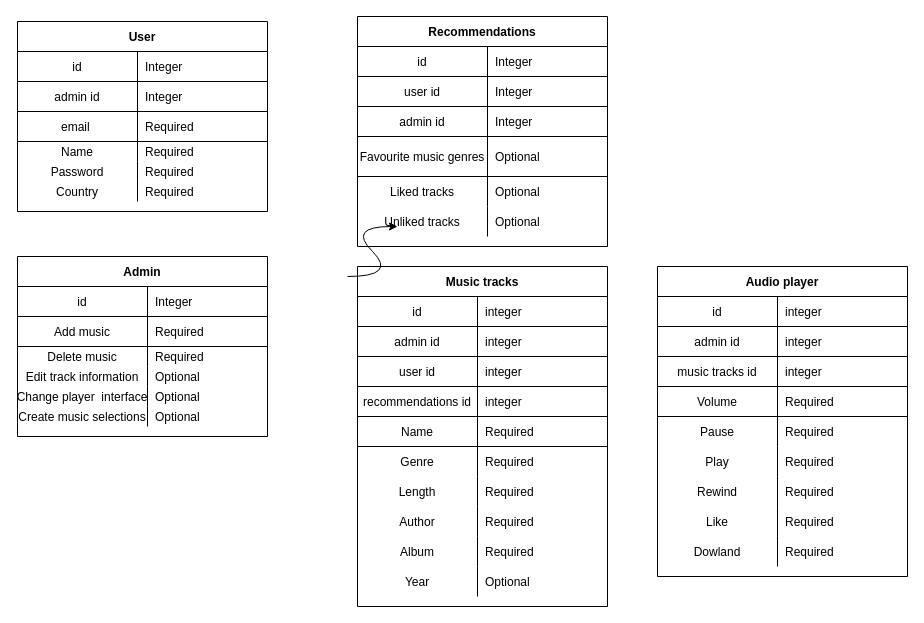
Kameleva/mysite keeps this draw.io diagram as CP-2/Диаграмма без названия.drawio. Above is the earlier version. Source tidied: cells renumbered, new cells numbered last; positions are measured from the earlier drawing's top-left corner, leaving out a move shared by most shapes. Both pictures are drawn from the tidied source at 100%, with x=0, y=0 at pixel (17, 16).
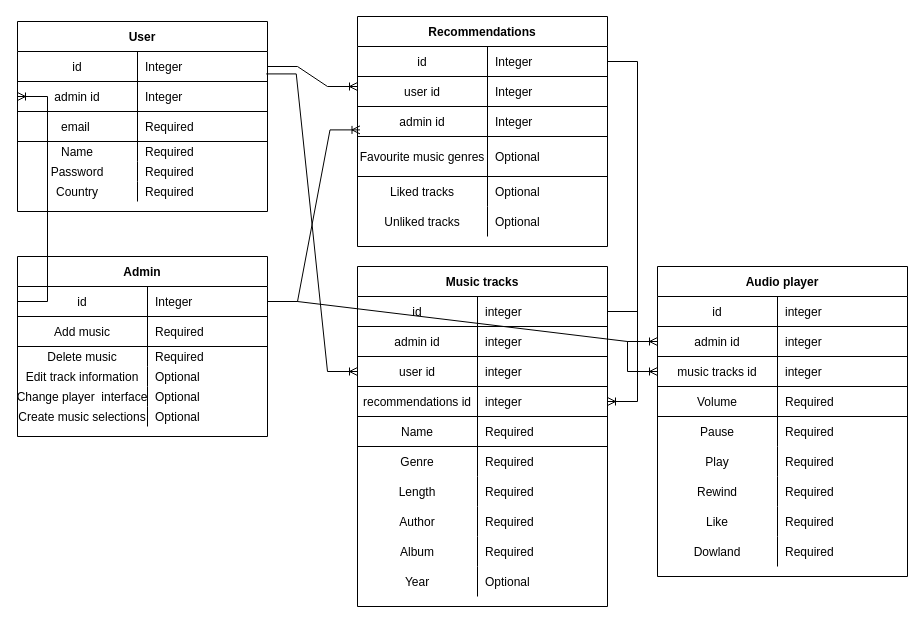
The same diagram, later.

Unchanged cells that the change refers to:
```xml
<mxCell id="3" style="shape=partialRectangle;fillColor=none;points=[[0,0.5],[1,0.5]];portConstraint=eastwest;top=0;left=0;right=0;bottom=1;" parent="2" vertex="1">
  <mxGeometry y="30" width="250" height="30" as="geometry" />
</mxCell>
<mxCell id="9" style="shape=partialRectangle;fillColor=none;points=[[0,0.5],[1,0.5]];portConstraint=eastwest;top=0;left=0;right=0;bottom=1;" parent="2" vertex="1">
  <mxGeometry y="90" width="250" height="30" as="geometry" />
</mxCell>
<mxCell id="22" style="shape=partialRectangle;fillColor=none;points=[[0,0.5],[1,0.5]];portConstraint=eastwest;top=0;left=0;right=0;bottom=1;" parent="21" vertex="1">
  <mxGeometry y="30" width="250" height="30" as="geometry" />
</mxCell>
<mxCell id="28" style="shape=partialRectangle;fillColor=none;points=[[0,0.5],[1,0.5]];portConstraint=eastwest;top=0;left=0;right=0;bottom=1;" parent="21" vertex="1">
  <mxGeometry y="90" width="250" height="30" as="geometry" />
</mxCell>
<mxCell id="31" style="shape=partialRectangle;fillColor=none;points=[[0,0.5],[1,0.5]];portConstraint=eastwest;top=0;left=0;right=0;bottom=1;" parent="21" vertex="1">
  <mxGeometry y="120" width="250" height="30" as="geometry" />
</mxCell>
<mxCell id="53" style="shape=partialRectangle;fillColor=none;points=[[0,0.5],[1,0.5]];portConstraint=eastwest;top=0;left=0;right=0;bottom=1;" parent="52" vertex="1">
  <mxGeometry y="30" width="250" height="30" as="geometry" />
</mxCell>
<mxCell id="56" style="shape=partialRectangle;fillColor=none;points=[[0,0.5],[1,0.5]];portConstraint=eastwest;top=0;left=0;right=0;bottom=1;" parent="52" vertex="1">
  <mxGeometry y="60" width="250" height="30" as="geometry" />
</mxCell>
<mxCell id="75" style="shape=partialRectangle;fillColor=none;points=[[0,0.5],[1,0.5]];portConstraint=eastwest;top=0;left=0;right=0;bottom=1;" parent="71" vertex="1">
  <mxGeometry y="60" width="250" height="30" as="geometry" />
</mxCell>
<mxCell id="78" style="shape=partialRectangle;fillColor=none;points=[[0,0.5],[1,0.5]];portConstraint=eastwest;top=0;left=0;right=0;bottom=1;" parent="71" vertex="1">
  <mxGeometry y="90" width="250" height="30" as="geometry" />
</mxCell>
<mxCell id="100" style="shape=partialRectangle;fillColor=none;points=[[0,0.5],[1,0.5]];portConstraint=eastwest;top=0;left=0;right=0;bottom=1;" parent="99" vertex="1">
  <mxGeometry y="30" width="250" height="30" as="geometry" />
</mxCell>
```

Change to the diagram source:
```diff
@@
-    <mxCell id="118" style="curved=1;endArrow=classic;html=1;rounded=0;" parent="1" edge="1">
-      <mxGeometry relative="1" as="geometry">
-        <mxPoint x="330" y="260" as="sourcePoint" />
-        <mxPoint x="380" y="210" as="targetPoint" />
-        <Array as="points">
-          <mxPoint x="380" y="260" />
-          <mxPoint x="330" y="210" />
-        </Array>
-      </mxGeometry>
-    </mxCell>
+    <mxCell id="119" style="edgeStyle=entityRelationEdgeStyle;fontSize=12;html=1;endArrow=ERoneToMany;rounded=0;exitX=0;exitY=0.5;exitDx=0;exitDy=0;entryX=0;entryY=0.5;entryDx=0;entryDy=0;" parent="1" edge="1" source="100" target="56">
+      <mxGeometry relative="1" as="geometry">
+        <Array as="points">
+          <mxPoint x="-291.5" y="205.2" />
+          <mxPoint x="-20" y="190" />
+          <mxPoint x="-20" y="190" />
+          <mxPoint x="-20" y="180" />
+          <mxPoint x="-10" y="170" />
+          <mxPoint x="-30" y="170" />
+        </Array>
+      </mxGeometry>
+    </mxCell>
+    <mxCell id="120" style="edgeStyle=entityRelationEdgeStyle;fontSize=12;html=1;endArrow=ERoneToMany;rounded=0;exitX=1;exitY=0.5;exitDx=0;exitDy=0;" parent="1" edge="1" source="53">
+      <mxGeometry relative="1" as="geometry">
+        <mxPoint x="340" y="70" as="targetPoint" />
+        <Array as="points">
+          <mxPoint x="90" y="-40" />
+          <mxPoint x="110" y="-10" />
+        </Array>
+      </mxGeometry>
+    </mxCell>
+    <mxCell id="121" style="edgeStyle=entityRelationEdgeStyle;fontSize=12;html=1;endArrow=ERoneToMany;rounded=0;exitX=0.995;exitY=0.747;exitDx=0;exitDy=0;exitPerimeter=0;entryX=0;entryY=0.5;entryDx=0;entryDy=0;" parent="1" edge="1" source="53" target="28">
+      <mxGeometry relative="1" as="geometry">
+        <Array as="points">
+          <mxPoint x="310" y="280" />
+        </Array>
+      </mxGeometry>
+    </mxCell>
+    <mxCell id="122" style="edgeStyle=entityRelationEdgeStyle;fontSize=12;html=1;endArrow=ERoneToMany;rounded=0;exitX=1;exitY=0.5;exitDx=0;exitDy=0;entryX=0.01;entryY=0.78;entryDx=0;entryDy=0;entryPerimeter=0;" parent="1" edge="1" source="100" target="9">
+      <mxGeometry relative="1" as="geometry" />
+    </mxCell>
+    <mxCell id="123" style="edgeStyle=entityRelationEdgeStyle;fontSize=12;html=1;endArrow=ERoneToMany;rounded=0;exitX=1;exitY=0.5;exitDx=0;exitDy=0;" parent="1" edge="1" source="100" target="75">
+      <mxGeometry relative="1" as="geometry" />
+    </mxCell>
+    <mxCell id="124" style="edgeStyle=entityRelationEdgeStyle;fontSize=12;html=1;endArrow=ERoneToMany;rounded=0;exitX=1;exitY=0.5;exitDx=0;exitDy=0;" parent="1" edge="1" source="22" target="78">
+      <mxGeometry relative="1" as="geometry" />
+    </mxCell>
+    <mxCell id="125" style="edgeStyle=entityRelationEdgeStyle;fontSize=12;html=1;endArrow=ERoneToMany;rounded=0;exitX=1;exitY=0.5;exitDx=0;exitDy=0;entryX=1;entryY=0.5;entryDx=0;entryDy=0;" parent="1" edge="1" source="3" target="31">
+      <mxGeometry relative="1" as="geometry" />
+    </mxCell>
```
